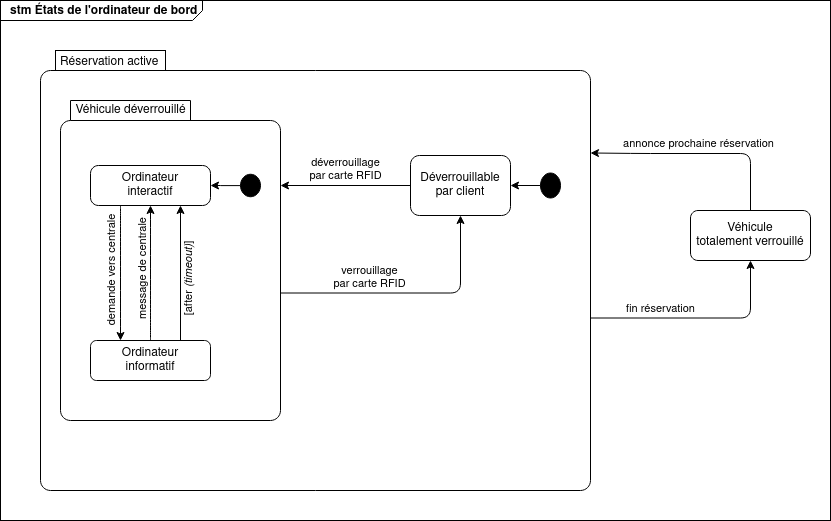
This is diagrammes/stm_etats_odb.png from Dalker/ISI-mobility, a draw.io export, as it was before one commit. Source tidied: cells renumbered, new cells last; positions are measured from the earlier drawing's top-left corner, leaving out a move shared by most shapes.
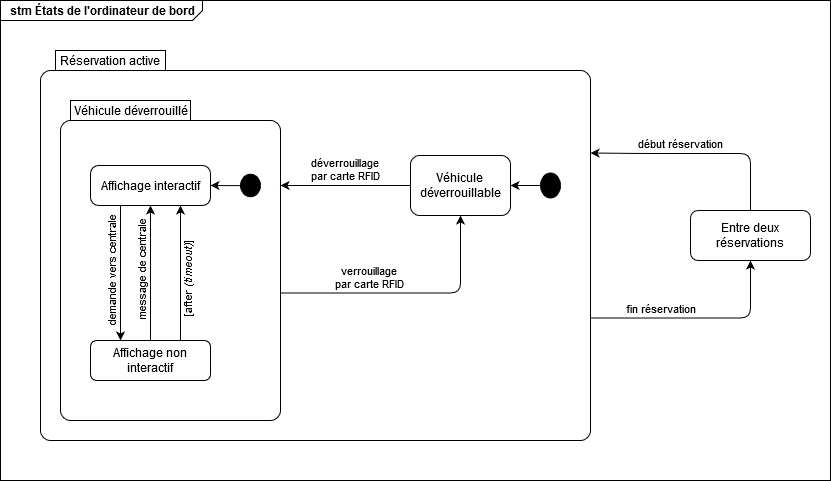
The same diagram one commit later.

What changed in the source:
```diff
@@ -3,7 +3,7 @@
     <mxCell id="0" />
     <mxCell id="1" parent="0" />
     <mxCell id="2" value="&lt;p style=&quot;margin: 0px ; margin-top: 4px ; margin-left: 10px ; text-align: left&quot;&gt;&lt;b&gt;stm États de l'ordinateur de bord&lt;br&gt;&lt;/b&gt;&lt;/p&gt;" style="html=1;shape=mxgraph.sysml.package;xSize=90;align=left;spacingLeft=10;overflow=fill;strokeWidth=1;labelX=202;" parent="1" vertex="1">
-      <mxGeometry width="830" height="520" as="geometry" />
+      <mxGeometry width="830" height="480" as="geometry" />
     </mxCell>
     <mxCell id="3" value="fin réservation" style="edgeStyle=orthogonalEdgeStyle;jumpSize=6;jettySize=auto;html=1;exitX=1;exitY=0;exitDx=0;exitDy=267.5;exitPerimeter=0;entryX=0.5;entryY=1;entryDx=0;entryDy=0;endSize=6;verticalAlign=bottom;spacingLeft=-12;" parent="1" edge="1" source="4" target="21">
       <mxGeometry x="-0.3" relative="1" as="geometry">
@@ -13,7 +13,7 @@
       </mxGeometry>
     </mxCell>
     <mxCell id="4" value="Réservation active&#10;" style="shape=mxgraph.sysml.compState;align=left;verticalAlign=top;spacingTop=-3;spacingLeft=18;strokeWidth=1;" parent="1" vertex="1">
-      <mxGeometry x="40" y="50" width="550" height="440" as="geometry" />
+      <mxGeometry x="40" y="50" width="550" height="390" as="geometry" />
     </mxCell>
     <mxCell id="5" style="edgeStyle=orthogonalEdgeStyle;jumpSize=6;jettySize=auto;html=1;exitX=0;exitY=0;exitDx=220;exitDy=192.5;exitPerimeter=0;entryX=0.5;entryY=1;entryDx=0;entryDy=0;endSize=6;" parent="4" edge="1" source="8" target="7">
       <mxGeometry relative="1" as="geometry" />
@@ -23,13 +23,13 @@
         <mxPoint y="1" as="offset" />
       </mxGeometry>
     </mxCell>
-    <mxCell id="7" value="Déverrouillable&lt;br&gt;par client" style="shape=rect;rounded=1;html=1;whiteSpace=wrap;align=center;" parent="4" vertex="1">
+    <mxCell id="7" value="Véhicule&lt;br&gt;déverrouillable" style="shape=rect;rounded=1;html=1;whiteSpace=wrap;align=center;" parent="4" vertex="1">
       <mxGeometry x="370" y="105" width="100" height="60" as="geometry" />
     </mxCell>
     <mxCell id="8" value="Véhicule déverrouillé" style="shape=folder;align=center;verticalAlign=middle;fontStyle=0;tabWidth=130;tabHeight=20;tabPosition=left;html=1;boundedLbl=1;labelInHeader=1;rounded=1;absoluteArcSize=1;arcSize=10;" parent="4" vertex="1">
       <mxGeometry x="20" y="50" width="220" height="320" as="geometry" />
     </mxCell>
-    <mxCell id="9" value="Ordinateur&lt;br&gt;interactif" style="shape=rect;rounded=1;html=1;whiteSpace=wrap;align=center;arcSize=20;" parent="4" vertex="1">
+    <mxCell id="9" value="Affichage interactif" style="shape=rect;rounded=1;html=1;whiteSpace=wrap;align=center;arcSize=20;" parent="4" vertex="1">
       <mxGeometry x="50" y="115" width="120" height="40" as="geometry" />
     </mxCell>
     <mxCell id="10" value="demande vers centrale" style="edgeStyle=orthogonalEdgeStyle;curved=1;jumpSize=6;jettySize=auto;html=1;exitX=0.25;exitY=1;exitDx=0;exitDy=0;entryX=0.25;entryY=0;entryDx=0;entryDy=0;endSize=6;verticalAlign=bottom;horizontal=0;fontSize=11;spacing=2;spacingTop=0;spacingBottom=0;spacingLeft=-4;" parent="4" edge="1" source="9" target="14">
@@ -46,7 +46,7 @@
     <mxCell id="13" value="[after&lt;i&gt; (timeout)&lt;/i&gt;]" style="edgeStyle=orthogonalEdgeStyle;rounded=0;jettySize=auto;html=1;exitX=0.75;exitY=0;exitDx=0;exitDy=0;entryX=0.75;entryY=1;entryDx=0;entryDy=0;fontSize=11;horizontal=0;verticalAlign=top;spacingLeft=3;" parent="4" edge="1" source="14" target="9">
       <mxGeometry relative="1" as="geometry" />
     </mxCell>
-    <mxCell id="14" value="Ordinateur&lt;br&gt;informatif" style="shape=rect;rounded=1;html=1;whiteSpace=wrap;align=center;" parent="4" vertex="1">
+    <mxCell id="14" value="Affichage non interactif" style="shape=rect;rounded=1;html=1;whiteSpace=wrap;align=center;" parent="4" vertex="1">
       <mxGeometry x="50" y="290" width="120" height="40" as="geometry" />
     </mxCell>
     <mxCell id="15" style="edgeStyle=orthogonalEdgeStyle;rounded=0;jettySize=auto;html=1;" parent="4" edge="1" source="16" target="9">
@@ -64,15 +64,15 @@
     <mxCell id="19" style="edgeStyle=orthogonalEdgeStyle;rounded=0;orthogonalLoop=1;jettySize=auto;html=1;exitX=0.5;exitY=1;exitDx=0;exitDy=0;exitPerimeter=0;" parent="1" edge="1" source="4" target="4">
       <mxGeometry relative="1" as="geometry" />
     </mxCell>
-    <mxCell id="20" value="annonce prochaine réservation" style="jumpSize=6;jettySize=auto;html=1;exitX=0.5;exitY=0;exitDx=0;exitDy=0;endSize=6;entryX=1;entryY=0;entryDx=0;entryDy=102.5;entryPerimeter=0;verticalAlign=bottom;edgeStyle=orthogonalEdgeStyle;" parent="1" edge="1" source="21" target="4">
-      <mxGeometry relative="1" as="geometry">
+    <mxCell id="20" value="début réservation" style="jumpSize=6;jettySize=auto;html=1;exitX=0.5;exitY=0;exitDx=0;exitDy=0;endSize=6;entryX=1;entryY=0;entryDx=0;entryDy=102.5;entryPerimeter=0;verticalAlign=bottom;edgeStyle=orthogonalEdgeStyle;" parent="1" edge="1" source="21" target="4">
+      <mxGeometry x="0.17" relative="1" as="geometry">
         <Array as="points">
           <mxPoint x="750" y="153" />
           <mxPoint x="640" y="153" />
         </Array>
       </mxGeometry>
     </mxCell>
-    <mxCell id="21" value="Véhicule&lt;br&gt;totalement verrouillé" style="shape=rect;rounded=1;html=1;whiteSpace=wrap;align=center;" parent="1" vertex="1">
+    <mxCell id="21" value="Entre deux&lt;br&gt;réservations" style="shape=rect;rounded=1;html=1;whiteSpace=wrap;align=center;" parent="1" vertex="1">
       <mxGeometry x="690" y="210" width="120" height="50" as="geometry" />
     </mxCell>
   </root>
```
